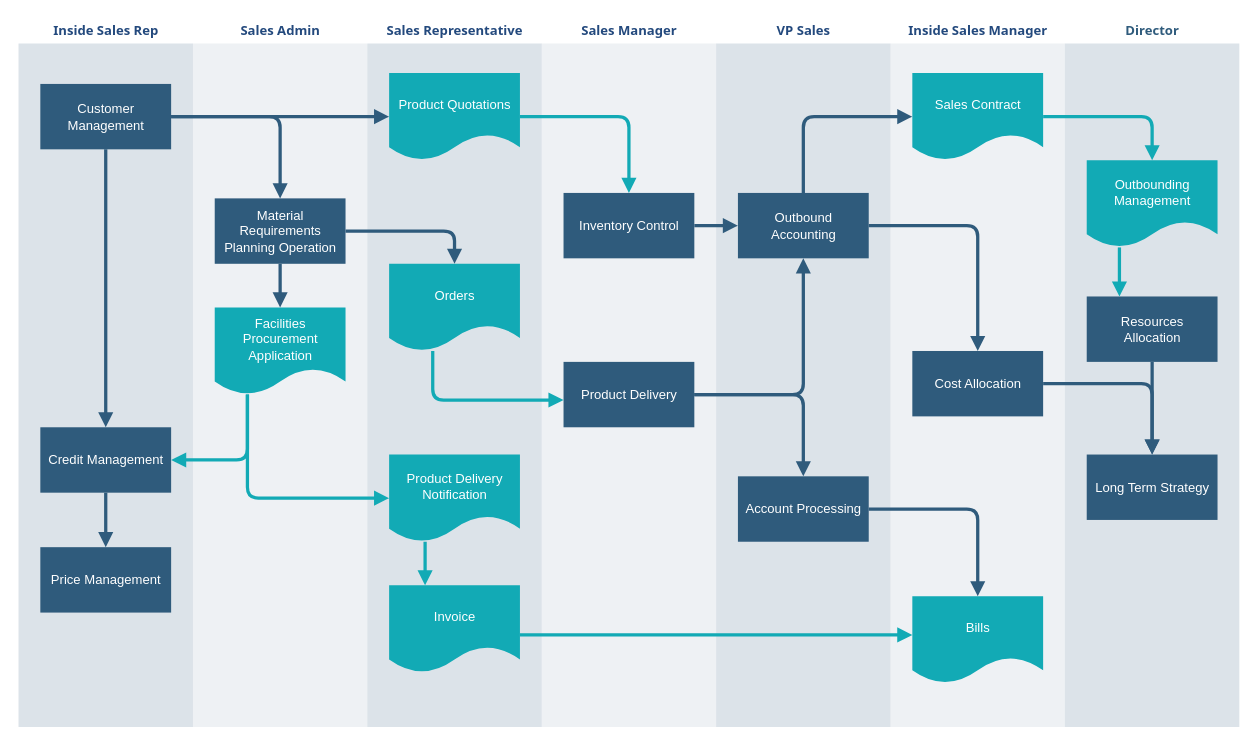
This is 제목 없는 다이어그램.drawio from nolooker/Project, a draw.io file, before an edit. Source tidied: cells renumbered, new cells numbered last; positions are measured from the earlier drawing's top-left corner, leaving out a move shared by most shapes. Both pictures are drawn from the tidied source at 109%, with x=0, y=0 at pixel (17, 17).
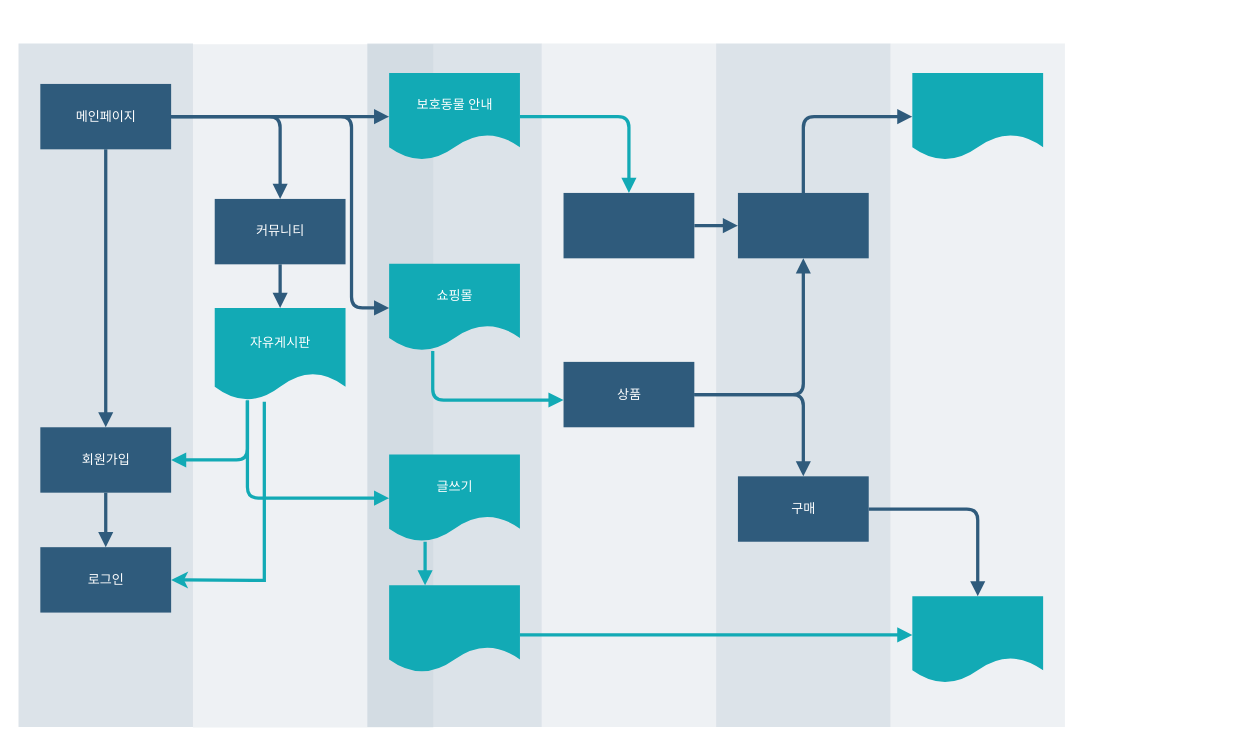
The same diagram, later.

Commit message:
제목 없는 다이어그램.drawio 업데이트

Change to the diagram source:
```diff
@@
-    <mxCell id="2" value="&lt;font color=&quot;#23497d&quot;&gt;Inside Sales Rep&lt;/font&gt;" style="swimlane;whiteSpace=wrap;fillColor=none;swimlaneFillColor=#BAC8D3;fontColor=#2F5B7C;fontFamily=Tahoma;html=1;strokeColor=none;opacity=50;" parent="1" vertex="1">
+    <mxCell id="2" style="swimlane;whiteSpace=wrap;fillColor=none;swimlaneFillColor=#BAC8D3;fontColor=#2F5B7C;fontFamily=Tahoma;html=1;strokeColor=none;opacity=50;" parent="1" vertex="1">
       <mxGeometry x="0.5" y="0.5" width="160" height="650" as="geometry" />
     </mxCell>
-    <mxCell id="3" value="Customer Management" style="whiteSpace=wrap;shadow=0;fontColor=#FFFFFF;fontFamily=Helvetica;fontStyle=0;html=1;fontSize=12;plain-purple;strokeColor=none;fillColor=#2f5b7c;gradientColor=none;spacing=6;verticalAlign=middle;" parent="2" vertex="1">
+    <mxCell id="3" value="메인페이지" style="whiteSpace=wrap;shadow=0;fontColor=#FFFFFF;fontFamily=Helvetica;fontStyle=0;html=1;fontSize=12;plain-purple;strokeColor=none;fillColor=#2f5b7c;gradientColor=none;spacing=6;verticalAlign=middle;" parent="2" vertex="1">
       <mxGeometry x="20" y="60" width="120" height="60" as="geometry" />
     </mxCell>
-    <mxCell id="4" value="Credit Management" style="whiteSpace=wrap;strokeColor=none;fillColor=#2f5b7c;shadow=0;fontColor=#FFFFFF;fontFamily=Helvetica;fontStyle=0;html=1;fontSize=12;spacing=6;verticalAlign=middle;" parent="2" vertex="1">
+    <mxCell id="4" value="회원가입" style="whiteSpace=wrap;strokeColor=none;fillColor=#2f5b7c;shadow=0;fontColor=#FFFFFF;fontFamily=Helvetica;fontStyle=0;html=1;fontSize=12;spacing=6;verticalAlign=middle;" parent="2" vertex="1">
       <mxGeometry x="20" y="375" width="120" height="60" as="geometry" />
     </mxCell>
-    <mxCell id="5" value="Price Management" style="whiteSpace=wrap;strokeColor=none;fillColor=#2f5b7c;shadow=0;fontColor=#FFFFFF;fontFamily=Helvetica;fontStyle=0;html=1;fontSize=12;spacing=6;verticalAlign=middle;" parent="2" vertex="1">
+    <mxCell id="5" value="로그인" style="whiteSpace=wrap;strokeColor=none;fillColor=#2f5b7c;shadow=0;fontColor=#FFFFFF;fontFamily=Helvetica;fontStyle=0;html=1;fontSize=12;spacing=6;verticalAlign=middle;" parent="2" vertex="1">
       <mxGeometry x="20" y="485" width="120" height="60" as="geometry" />
     </mxCell>
@@
-    <mxCell id="8" value="&lt;font color=&quot;#23497d&quot;&gt;Inside Sales Manager&lt;/font&gt;" style="swimlane;whiteSpace=wrap;fillColor=none;swimlaneFillColor=#BAC8D3;fontColor=#2F5B7C;fontFamily=Tahoma;html=1;strokeColor=none;opacity=25;" parent="1" vertex="1">
+    <mxCell id="8" style="swimlane;whiteSpace=wrap;fillColor=none;swimlaneFillColor=#BAC8D3;fontColor=#2F5B7C;fontFamily=Tahoma;html=1;strokeColor=none;opacity=25;" parent="1" vertex="1">
       <mxGeometry x="800.5" y="0.5" width="160" height="650" as="geometry" />
     </mxCell>
-    <mxCell id="9" value="Sales Contract" style="shape=document;whiteSpace=wrap;verticalAlign=middle;strokeColor=none;fillColor=#12aab5;shadow=0;fontColor=#FFFFFF;fontFamily=Helvetica;fontStyle=0;html=1;fontSize=12;spacing=6;spacingBottom=22;" parent="8" vertex="1">
+    <mxCell id="9" style="shape=document;whiteSpace=wrap;verticalAlign=middle;strokeColor=none;fillColor=#12aab5;shadow=0;fontColor=#FFFFFF;fontFamily=Helvetica;fontStyle=0;html=1;fontSize=12;spacing=6;spacingBottom=22;" parent="8" vertex="1">
       <mxGeometry x="20" y="50" width="120" height="80" as="geometry" />
     </mxCell>
-    <mxCell id="10" value="Bills" style="shape=document;whiteSpace=wrap;verticalAlign=middle;strokeColor=none;fillColor=#12aab5;shadow=0;fontColor=#FFFFFF;fontFamily=Helvetica;fontStyle=0;html=1;fontSize=12;spacing=6;spacingBottom=22;" parent="8" vertex="1">
+    <mxCell id="10" style="shape=document;whiteSpace=wrap;verticalAlign=middle;strokeColor=none;fillColor=#12aab5;shadow=0;fontColor=#FFFFFF;fontFamily=Helvetica;fontStyle=0;html=1;fontSize=12;spacing=6;spacingBottom=22;" parent="8" vertex="1">
       <mxGeometry x="20" y="530" width="120" height="80" as="geometry" />
     </mxCell>
-    <mxCell id="11" value="Cost Allocation" style="whiteSpace=wrap;strokeColor=none;fillColor=#2f5b7c;shadow=0;fontColor=#FFFFFF;fontFamily=Helvetica;fontStyle=0;html=1;fontSize=12;spacing=6;verticalAlign=middle;" parent="8" vertex="1">
-      <mxGeometry x="20" y="305" width="120" height="60" as="geometry" />
-    </mxCell>
-    <mxCell id="12" value="&lt;font color=&quot;#23497d&quot;&gt;VP Sales&lt;/font&gt;" style="swimlane;whiteSpace=wrap;fillColor=none;swimlaneFillColor=#BAC8D3;fontColor=#2F5B7C;fontFamily=Tahoma;html=1;strokeColor=none;opacity=50;" parent="1" vertex="1">
+    <mxCell id="12" style="swimlane;whiteSpace=wrap;fillColor=none;swimlaneFillColor=#BAC8D3;fontColor=#2F5B7C;fontFamily=Tahoma;html=1;strokeColor=none;opacity=50;" parent="1" vertex="1">
       <mxGeometry x="640.5" y="0.5" width="160" height="650" as="geometry" />
     </mxCell>
-    <mxCell id="13" value="Outbound Accounting" style="whiteSpace=wrap;fillColor=#2f5b7c;strokeColor=none;shadow=0;fontColor=#FFFFFF;fontFamily=Helvetica;fontStyle=0;html=1;fontSize=12;spacing=6;verticalAlign=middle;" parent="12" vertex="1">
+    <mxCell id="13" style="whiteSpace=wrap;fillColor=#2f5b7c;strokeColor=none;shadow=0;fontColor=#FFFFFF;fontFamily=Helvetica;fontStyle=0;html=1;fontSize=12;spacing=6;verticalAlign=middle;" parent="12" vertex="1">
       <mxGeometry x="20" y="160" width="120" height="60" as="geometry" />
     </mxCell>
-    <mxCell id="14" value="Account Processing" style="whiteSpace=wrap;strokeColor=none;fillColor=#2f5b7c;shadow=0;fontColor=#FFFFFF;fontFamily=Helvetica;fontStyle=0;html=1;fontSize=12;spacing=6;verticalAlign=middle;" parent="12" vertex="1">
+    <mxCell id="14" value="구매" style="whiteSpace=wrap;strokeColor=none;fillColor=#2f5b7c;shadow=0;fontColor=#FFFFFF;fontFamily=Helvetica;fontStyle=0;html=1;fontSize=12;spacing=6;verticalAlign=middle;" parent="12" vertex="1">
       <mxGeometry x="20" y="420" width="120" height="60" as="geometry" />
     </mxCell>
-    <mxCell id="15" value="&lt;font color=&quot;#23497d&quot;&gt;Sales Admin&lt;/font&gt;" style="swimlane;whiteSpace=wrap;fillColor=none;swimlaneFillColor=#BAC8D3;fontColor=#2F5B7C;fontFamily=Tahoma;html=1;strokeColor=none;opacity=25;" parent="1" vertex="1">
-      <mxGeometry x="160.5" y="0.5" width="160" height="650" as="geometry" />
+    <mxCell id="15" style="swimlane;whiteSpace=wrap;fillColor=none;swimlaneFillColor=#BAC8D3;fontColor=#2F5B7C;fontFamily=Tahoma;html=1;strokeColor=none;opacity=25;" parent="1" vertex="1">
+      <mxGeometry x="160.5" y="1" width="220.5" height="650" as="geometry" />
     </mxCell>
-    <mxCell id="16" value="Material Requirements Planning Operation" style="whiteSpace=wrap;shadow=0;fontColor=#FFFFFF;fontFamily=Helvetica;fontStyle=0;html=1;fontSize=12;plain-purple;strokeColor=none;fillColor=#2f5b7c;gradientColor=none;spacing=6;verticalAlign=middle;" parent="15" vertex="1">
+    <mxCell id="16" value="커뮤니티" style="whiteSpace=wrap;shadow=0;fontColor=#FFFFFF;fontFamily=Helvetica;fontStyle=0;html=1;fontSize=12;plain-purple;strokeColor=none;fillColor=#2f5b7c;gradientColor=none;spacing=6;verticalAlign=middle;" parent="15" vertex="1">
       <mxGeometry x="20" y="165" width="120" height="60" as="geometry" />
     </mxCell>
-    <mxCell id="17" value="&lt;font color=&quot;#ffffff&quot;&gt;Facilities Procurement&lt;br&gt;Application&lt;/font&gt;&lt;br&gt; " style="shape=document;whiteSpace=wrap;verticalAlign=middle;strokeColor=none;fillColor=#12aab5;shadow=0;fontColor=#FFFFFF;fontFamily=Helvetica;fontStyle=0;html=1;fontSize=12;spacing=6;spacingBottom=22;" parent="15" vertex="1">
-      <mxGeometry x="20" y="265" width="120" height="80" as="geometry" />
+    <mxCell id="17" value="자유게시판&lt;br&gt; " style="shape=document;whiteSpace=wrap;verticalAlign=middle;strokeColor=none;fillColor=#12aab5;shadow=0;fontColor=#FFFFFF;fontFamily=Helvetica;fontStyle=0;html=1;fontSize=12;spacing=6;spacingBottom=22;" parent="15" vertex="1">
+      <mxGeometry x="20" y="265" width="120" height="85" as="geometry" />
     </mxCell>
@@
-    <mxCell id="19" value="&lt;font color=&quot;#23497d&quot;&gt;Sales Representative&lt;/font&gt;" style="swimlane;whiteSpace=wrap;fillColor=none;swimlaneFillColor=#BAC8D3;fontColor=#2F5B7C;fontFamily=Tahoma;html=1;strokeColor=none;opacity=50;" parent="1" vertex="1">
+    <mxCell id="19" style="swimlane;whiteSpace=wrap;fillColor=none;swimlaneFillColor=#BAC8D3;fontColor=#2F5B7C;fontFamily=Tahoma;html=1;strokeColor=none;opacity=50;" parent="1" vertex="1">
       <mxGeometry x="320.5" y="0.5" width="160" height="650" as="geometry" />
     </mxCell>
-    <mxCell id="20" value="Product Quotations" style="shape=document;whiteSpace=wrap;verticalAlign=middle;strokeColor=none;fillColor=#12aab5;shadow=0;fontColor=#FFFFFF;fontFamily=Helvetica;fontStyle=0;html=1;fontSize=12;spacing=6;spacingBottom=22;" parent="19" vertex="1">
+    <mxCell id="20" value="보호동물 안내" style="shape=document;whiteSpace=wrap;verticalAlign=middle;strokeColor=none;fillColor=#12aab5;shadow=0;fontColor=#FFFFFF;fontFamily=Helvetica;fontStyle=0;html=1;fontSize=12;spacing=6;spacingBottom=22;" parent="19" vertex="1">
       <mxGeometry x="20" y="50" width="120" height="80" as="geometry" />
     </mxCell>
-    <mxCell id="21" value="Orders" style="shape=document;whiteSpace=wrap;verticalAlign=middle;strokeColor=none;fillColor=#12aab5;shadow=0;fontColor=#FFFFFF;fontFamily=Helvetica;fontStyle=0;html=1;fontSize=12;spacing=6;spacingBottom=22;" parent="19" vertex="1">
+    <mxCell id="21" value="쇼핑몰" style="shape=document;whiteSpace=wrap;verticalAlign=middle;strokeColor=none;fillColor=#12aab5;shadow=0;fontColor=#FFFFFF;fontFamily=Helvetica;fontStyle=0;html=1;fontSize=12;spacing=6;spacingBottom=22;" parent="19" vertex="1">
       <mxGeometry x="20" y="225" width="120" height="80" as="geometry" />
     </mxCell>
-    <mxCell id="22" value="Product Delivery Notification" style="shape=document;whiteSpace=wrap;strokeColor=none;fillColor=#12aab5;shadow=0;fontColor=#FFFFFF;fontFamily=Helvetica;fontStyle=0;html=1;fontSize=12;verticalAlign=middle;spacing=6;spacingBottom=22;" parent="19" vertex="1">
+    <mxCell id="22" value="글쓰기" style="shape=document;whiteSpace=wrap;strokeColor=none;fillColor=#12aab5;shadow=0;fontColor=#FFFFFF;fontFamily=Helvetica;fontStyle=0;html=1;fontSize=12;verticalAlign=middle;spacing=6;spacingBottom=22;" parent="19" vertex="1">
       <mxGeometry x="20" y="400" width="120" height="80" as="geometry" />
     </mxCell>
-    <mxCell id="23" value="Invoice" style="shape=document;whiteSpace=wrap;verticalAlign=middle;strokeColor=none;fillColor=#12aab5;shadow=0;fontColor=#FFFFFF;fontFamily=Helvetica;fontStyle=0;html=1;fontSize=12;spacing=6;spacingBottom=22;" parent="19" vertex="1">
+    <mxCell id="23" style="shape=document;whiteSpace=wrap;verticalAlign=middle;strokeColor=none;fillColor=#12aab5;shadow=0;fontColor=#FFFFFF;fontFamily=Helvetica;fontStyle=0;html=1;fontSize=12;spacing=6;spacingBottom=22;" parent="19" vertex="1">
       <mxGeometry x="20" y="520" width="120" height="80" as="geometry" />
     </mxCell>
@@
-    <mxCell id="25" value="&lt;font color=&quot;#23497d&quot;&gt;Sales Manager&lt;/font&gt;" style="swimlane;whiteSpace=wrap;fillColor=none;swimlaneFillColor=#BAC8D3;fontColor=#2F5B7C;fontFamily=Tahoma;html=1;strokeColor=none;opacity=25;" parent="1" vertex="1">
+    <mxCell id="25" style="swimlane;whiteSpace=wrap;fillColor=none;swimlaneFillColor=#BAC8D3;fontColor=#2F5B7C;fontFamily=Tahoma;html=1;strokeColor=none;opacity=25;" parent="1" vertex="1">
       <mxGeometry x="480.5" y="0.5" width="160" height="650" as="geometry" />
     </mxCell>
-    <mxCell id="26" value="Inventory Control" style="whiteSpace=wrap;strokeColor=none;fillColor=#2f5b7c;shadow=0;fontColor=#FFFFFF;fontFamily=Helvetica;fontStyle=0;html=1;fontSize=12;spacing=6;verticalAlign=middle;" parent="25" vertex="1">
+    <mxCell id="26" style="whiteSpace=wrap;strokeColor=none;fillColor=#2f5b7c;shadow=0;fontColor=#FFFFFF;fontFamily=Helvetica;fontStyle=0;html=1;fontSize=12;spacing=6;verticalAlign=middle;" parent="25" vertex="1">
       <mxGeometry x="20" y="160" width="120" height="60" as="geometry" />
     </mxCell>
-    <mxCell id="27" value="Product Delivery" style="whiteSpace=wrap;strokeColor=none;fillColor=#2f5b7c;shadow=0;fontColor=#FFFFFF;fontFamily=Helvetica;fontStyle=0;html=1;fontSize=12;spacing=6;verticalAlign=middle;" parent="25" vertex="1">
+    <mxCell id="27" value="상품" style="whiteSpace=wrap;strokeColor=none;fillColor=#2f5b7c;shadow=0;fontColor=#FFFFFF;fontFamily=Helvetica;fontStyle=0;html=1;fontSize=12;spacing=6;verticalAlign=middle;" parent="25" vertex="1">
       <mxGeometry x="20" y="315" width="120" height="60" as="geometry" />
     </mxCell>
-    <mxCell id="28" value="Director" style="swimlane;whiteSpace=wrap;fillColor=none;swimlaneFillColor=#BAC8D3;fontColor=#2F5B7C;fontFamily=Tahoma;html=1;strokeColor=none;opacity=50;" parent="1" vertex="1">
-      <mxGeometry x="960.5" y="0.5" width="160" height="650" as="geometry" />
-    </mxCell>
-    <mxCell id="29" value="Outbounding Management" style="shape=document;whiteSpace=wrap;verticalAlign=middle;strokeColor=none;fillColor=#12aab5;shadow=0;fontColor=#FFFFFF;fontFamily=Helvetica;fontStyle=0;html=1;fontSize=12;spacing=6;spacingBottom=22;" parent="28" vertex="1">
-      <mxGeometry x="20" y="130" width="120" height="80" as="geometry" />
-    </mxCell>
-    <mxCell id="30" value="Resources Allocation" style="whiteSpace=wrap;strokeColor=none;fillColor=#2f5b7c;shadow=0;fontColor=#FFFFFF;fontFamily=Helvetica;fontStyle=0;html=1;fontSize=12;spacing=6;verticalAlign=middle;" parent="28" vertex="1">
-      <mxGeometry x="20" y="255" width="120" height="60" as="geometry" />
-    </mxCell>
-    <mxCell id="31" value="Long Term Strategy" style="whiteSpace=wrap;strokeColor=none;fillColor=#2f5b7c;shadow=0;fontColor=#FFFFFF;fontFamily=Helvetica;fontStyle=0;html=1;fontSize=12;spacing=6;verticalAlign=middle;" parent="28" vertex="1">
-      <mxGeometry x="20" y="400" width="120" height="60" as="geometry" />
-    </mxCell>
-    <mxCell id="32" style="edgeStyle=segmentEdgeStyle;strokeColor=#2F5B7C;strokeWidth=3;html=1;endArrow=block;endFill=1;" parent="28" edge="1" source="30" target="31">
-      <mxGeometry relative="1" as="geometry" />
-    </mxCell>
-    <mxCell id="33" style="edgeStyle=segmentEdgeStyle;entryX=0.25;entryY=0;strokeColor=#12AAB5;strokeWidth=3;html=1;endArrow=block;endFill=1;" parent="28" edge="1" source="29" target="30">
-      <mxGeometry relative="1" as="geometry" />
-    </mxCell>
@@
-    <mxCell id="39" style="edgeStyle=segmentEdgeStyle;strokeColor=#2F5B7C;strokeWidth=3;html=1;endArrow=block;endFill=1;" parent="1" edge="1" source="16" target="21">
-      <mxGeometry x="324.5" y="283.5" as="geometry" />
+    <mxCell id="39" style="edgeStyle=segmentEdgeStyle;strokeColor=#2F5B7C;strokeWidth=3;html=1;endArrow=block;endFill=1;exitX=1;exitY=0.5;exitDx=0;exitDy=0;" parent="1" edge="1" source="3" target="21">
+      <mxGeometry x="324.5" y="283.5" as="geometry">
+        <Array as="points">
+          <mxPoint x="306" y="91" />
+          <mxPoint x="306" y="266" />
+        </Array>
+      </mxGeometry>
     </mxCell>
@@
-    <mxCell id="46" style="edgeStyle=segmentEdgeStyle;strokeColor=#2F5B7C;strokeWidth=3;html=1;endArrow=block;endFill=1;" parent="1" edge="1" source="13" target="11">
-      <mxGeometry x="804.5" y="278.5" as="geometry" />
-    </mxCell>
@@
-    <mxCell id="48" style="edgeStyle=segmentEdgeStyle;strokeColor=#2F5B7C;strokeWidth=3;html=1;endArrow=block;endFill=1;" parent="1" edge="1" source="11" target="31">
-      <mxGeometry x="964.5" y="423.5" as="geometry" />
-    </mxCell>
-    <mxCell id="49" style="edgeStyle=segmentEdgeStyle;strokeColor=#12AAB5;strokeWidth=3;html=1;endArrow=block;endFill=1;" parent="1" edge="1" source="9" target="29">
-      <mxGeometry x="964.5" y="178.5" as="geometry" />
-    </mxCell>
+    <mxCell id="50" style="edgeStyle=orthogonalEdgeStyle;rounded=0;jettySize=auto;html=1;entryX=1;entryY=0.5;entryDx=0;entryDy=0;strokeWidth=3;strokeColor=#12AAB5;" parent="1" edge="1" target="5">
+      <mxGeometry relative="1" as="geometry">
+        <mxPoint x="226" y="352" as="sourcePoint" />
+        <Array as="points">
+          <mxPoint x="216" y="516" />
+          <mxPoint x="186" y="516" />
+        </Array>
+      </mxGeometry>
+    </mxCell>
```
